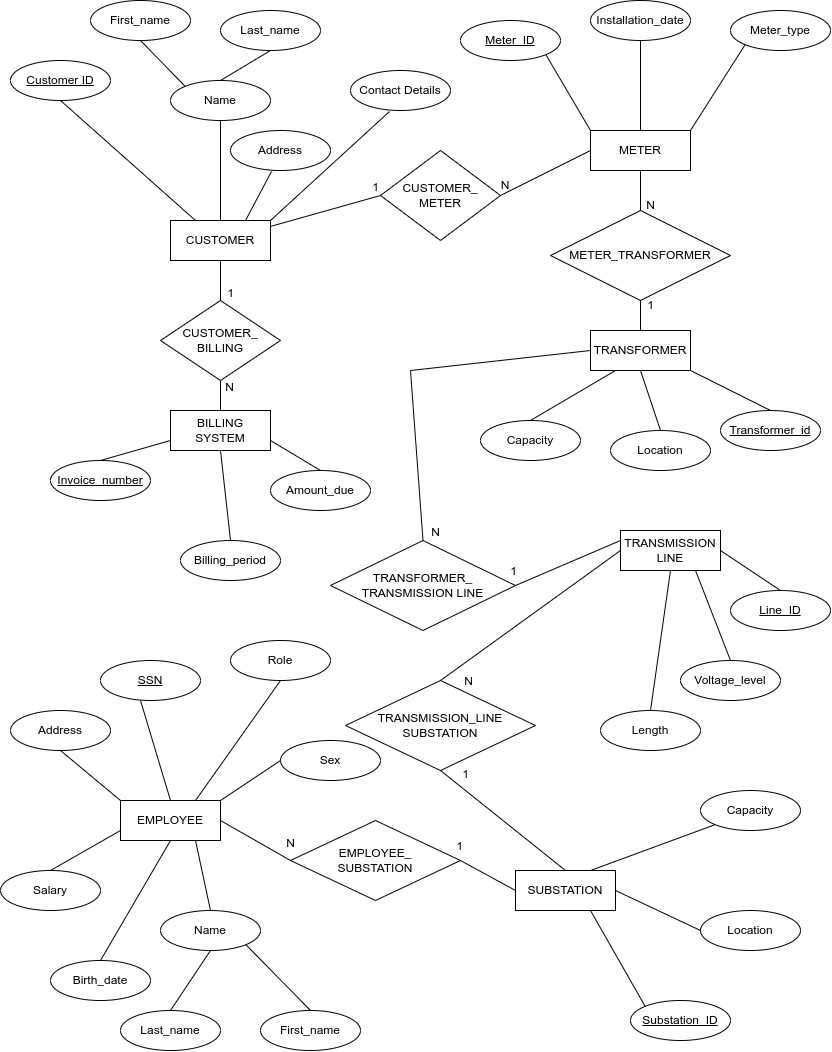
This is ECG Entity Relationship Diagram.drawio.png from Frederick-Teye/ECG-Entity-Relationship-Diagram, a draw.io export, as it was before one commit. Source tidied: cells renumbered, new cells last; positions are measured from the earlier drawing's top-left corner, leaving out a move shared by most shapes.
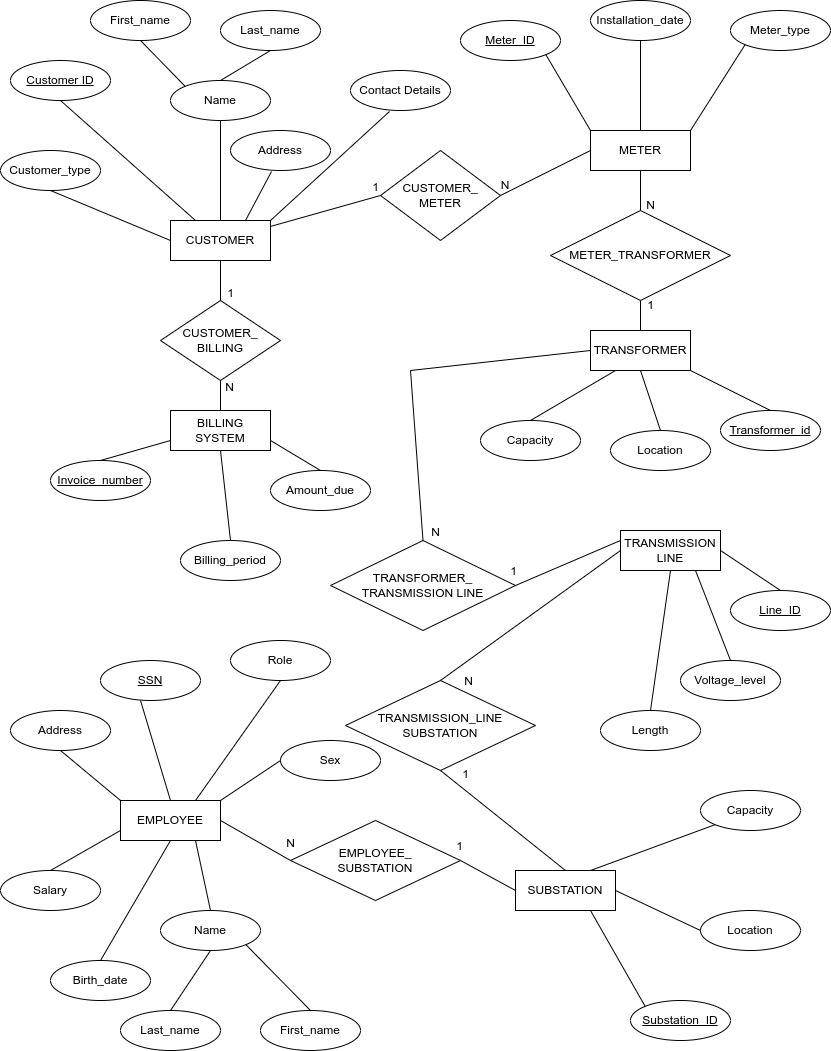
Above is the later version.

Commit message:
Modify the ER diagram's png and pdf copy

The edit, as a diff of the source:
```diff
@@ -299,5 +299,11 @@
     <mxCell id="98" value="1" style="text;html=1;align=center;verticalAlign=middle;strokeColor=none;fillColor=none;" parent="1" vertex="1">
       <mxGeometry x="444" y="831" width="30" height="30" as="geometry" />
     </mxCell>
+    <mxCell id="99" value="Customer_type" style="ellipse;whiteSpace=wrap;html=1;align=center;" parent="1" vertex="1">
+      <mxGeometry y="150" width="100" height="40" as="geometry" />
+    </mxCell>
+    <mxCell id="100" style="endArrow=none;html=1;rounded=0;entryX=0;entryY=0.5;entryDx=0;entryDy=0;exitX=0.5;exitY=1;exitDx=0;exitDy=0;" parent="1" edge="1" source="99" target="2">
+      <mxGeometry relative="1" as="geometry" />
+    </mxCell>
   </root>
 </mxGraphModel>
```
